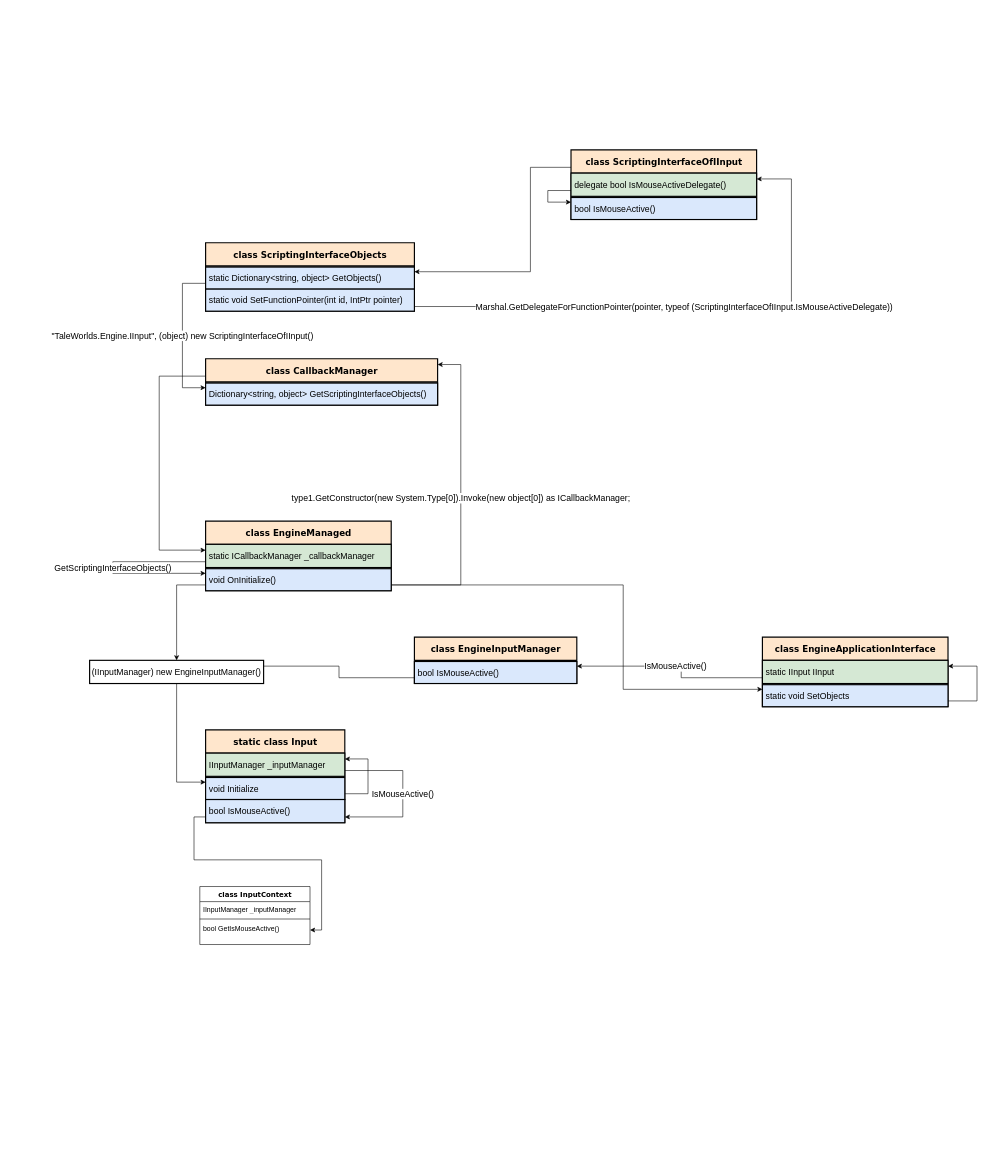
This is Bannerlord DLL Diagram.drawio from KevenTom/MBTestMod, a draw.io file, before an edit. Source tidied: cells renumbered, new cells numbered last; positions are measured from the earlier drawing's top-left corner, leaving out a move shared by most shapes. Both pictures are drawn from the tidied source at 58%, with x=0, y=0 at pixel (89, 150).
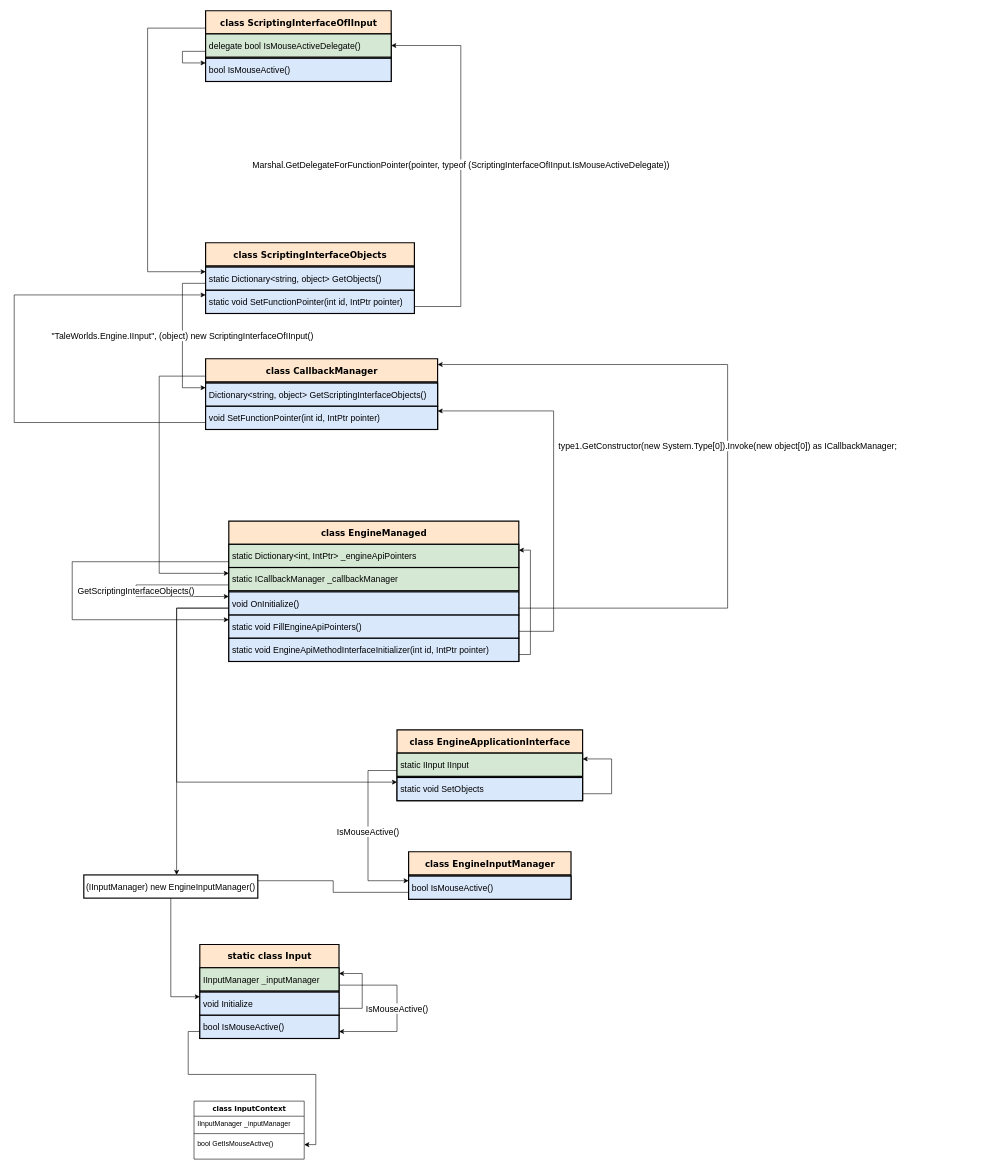
Above is the later version.

Unchanged cells that the change refers to:
```xml
<mxCell id="12" value="bool&amp;nbsp;GetIsMouseActive()" style="text;html=1;strokeColor=none;fillColor=none;align=left;verticalAlign=top;spacingLeft=4;spacingRight=4;whiteSpace=wrap;overflow=hidden;points=[[0,0.5],[1,0.5]];portConstraint=eastwest;" parent="9" vertex="1">
  <mxGeometry y="60" width="190" height="30" as="geometry" />
</mxCell>
<mxCell id="27" value="static IInput IInput" style="text;align=left;verticalAlign=middle;spacingLeft=4;spacingRight=4;whiteSpace=wrap;overflow=hidden;points=[[0,0.5],[1,0.5]];portConstraint=eastwest;horizontal=1;labelBorderColor=none;labelBackgroundColor=none;html=1;shadow=0;glass=0;sketch=0;rounded=0;fillColor=#d5e8d4;fontSize=15;strokeColor=#000000;strokeWidth=2;" parent="26" vertex="1">
  <mxGeometry y="40" width="320" height="40" as="geometry" />
</mxCell>
<mxCell id="46" value="delegate bool IsMouseActiveDelegate()" style="text;align=left;verticalAlign=middle;spacingLeft=4;spacingRight=4;whiteSpace=wrap;overflow=hidden;points=[[0,0.5],[1,0.5]];portConstraint=eastwest;horizontal=1;labelBorderColor=none;labelBackgroundColor=none;html=1;shadow=0;glass=0;sketch=0;rounded=0;fillColor=#d5e8d4;fontSize=15;strokeColor=#000000;strokeWidth=2;" parent="44" vertex="1">
  <mxGeometry y="40" width="320" height="40" as="geometry" />
</mxCell>
```

The edit, as a diff of the source:
```diff
@@
     <mxCell id="2" value="static class Input" style="swimlane;html=1;fontStyle=1;align=center;verticalAlign=middle;horizontal=1;startSize=40;swimlaneFillColor=#ffffff;rounded=0;shadow=0;comic=0;labelBackgroundColor=none;strokeWidth=2;fontFamily=Verdana;fontSize=15;swimlaneLine=1;flipH=1;flipV=0;fillColor=#ffe6cc;" parent="1" vertex="1">
-      <mxGeometry x="200" y="1000" width="240" height="160" as="geometry" />
+      <mxGeometry x="190" y="1370" width="240" height="162" as="geometry" />
     </mxCell>
@@
     <mxCell id="7" value="void Initialize" style="text;html=1;fillColor=#dae8fc;align=left;verticalAlign=middle;spacingLeft=4;spacingRight=4;whiteSpace=wrap;overflow=hidden;points=[[0,0.5],[1,0.5]];portConstraint=eastwest;fontSize=15;strokeColor=#000000;strokeWidth=2;" parent="2" vertex="1">
-      <mxGeometry y="82" width="240" height="38" as="geometry" />
+      <mxGeometry y="82" width="240" height="40" as="geometry" />
     </mxCell>
     <mxCell id="8" value="bool&amp;nbsp;IsMouseActive()" style="text;html=1;fillColor=#dae8fc;align=left;verticalAlign=middle;spacingLeft=4;spacingRight=4;whiteSpace=wrap;overflow=hidden;points=[[0,0.5],[1,0.5]];portConstraint=eastwest;fontSize=15;strokeWidth=2;strokeColor=#000000;" parent="2" vertex="1">
-      <mxGeometry y="120" width="240" height="40" as="geometry" />
+      <mxGeometry y="122" width="240" height="40" as="geometry" />
     </mxCell>
     <mxCell id="9" value="class InputContext" style="swimlane;html=1;fontStyle=1;align=center;verticalAlign=top;horizontal=1;startSize=26;swimlaneFillColor=#ffffff;rounded=0;shadow=0;comic=0;labelBackgroundColor=none;strokeWidth=1;fillColor=none;fontFamily=Verdana;fontSize=12;swimlaneLine=1;" parent="1" vertex="1">
-      <mxGeometry x="190" y="1270" width="190" height="100" as="geometry" />
+      <mxGeometry x="180" y="1640" width="190" height="100" as="geometry" />
     </mxCell>
@@
     <mxCell id="13" style="edgeStyle=orthogonalEdgeStyle;rounded=0;jumpSize=6;jettySize=auto;html=1;fontSize=15;" parent="1" edge="1" source="14" target="7">
       <mxGeometry relative="1" as="geometry">
         <Array as="points">
-          <mxPoint x="150" y="1090" />
+          <mxPoint x="140" y="1460" />
         </Array>
       </mxGeometry>
     </mxCell>
     <mxCell id="14" value="&lt;span style=&quot;font-size: 15px; background-color: rgb(255, 255, 255);&quot;&gt;(IInputManager) new EngineInputManager()&lt;/span&gt;" style="rounded=0;whiteSpace=wrap;html=1;fontSize=15;strokeWidth=2;" parent="1" vertex="1">
-      <mxGeometry y="880" width="300" height="40" as="geometry" />
+      <mxGeometry x="-10" y="1250" width="300" height="40" as="geometry" />
     </mxCell>
     <mxCell id="15" style="edgeStyle=orthogonalEdgeStyle;rounded=0;jumpSize=6;jettySize=auto;html=1;fontSize=15;" parent="1" edge="1" source="8" target="12">
       <mxGeometry relative="1" as="geometry">
         <Array as="points">
-          <mxPoint x="180" y="1150" />
-          <mxPoint x="180" y="1224" />
-          <mxPoint x="400" y="1224" />
-          <mxPoint x="400" y="1345" />
+          <mxPoint x="170" y="1520" />
+          <mxPoint x="170" y="1594" />
+          <mxPoint x="390" y="1594" />
+          <mxPoint x="390" y="1715" />
         </Array>
       </mxGeometry>
     </mxCell>
     <mxCell id="16" value="class EngineManaged" style="swimlane;html=1;fontStyle=1;align=center;verticalAlign=middle;horizontal=1;startSize=40;swimlaneFillColor=#ffffff;rounded=0;shadow=0;comic=0;labelBackgroundColor=none;strokeWidth=2;fontFamily=Verdana;fontSize=15;swimlaneLine=1;flipH=1;flipV=0;fillColor=#ffe6cc;" parent="1" vertex="1">
-      <mxGeometry x="200" y="640" width="320" height="120" as="geometry" />
+      <mxGeometry x="240" y="640" width="500" height="242" as="geometry" />
     </mxCell>
     <mxCell id="17" value="GetScriptingInterfaceObjects()" style="edgeStyle=orthogonalEdgeStyle;rounded=0;jumpSize=6;jettySize=auto;html=1;fontSize=15;endArrow=classic;endFill=1;" parent="16" edge="1" source="18" target="20">
       <mxGeometry relative="1" as="geometry">
         <Array as="points">
-          <mxPoint x="-160" y="70" />
-          <mxPoint x="-160" y="90" />
+          <mxPoint x="-160" y="110" />
+          <mxPoint x="-160" y="130" />
         </Array>
       </mxGeometry>
     </mxCell>
+    <mxCell id="50" style="edgeStyle=orthogonalEdgeStyle;rounded=0;jettySize=auto;html=1;" parent="16" edge="1" source="51" target="52">
+      <mxGeometry relative="1" as="geometry">
+        <Array as="points">
+          <mxPoint x="-270" y="70" />
+          <mxPoint x="-270" y="170" />
+        </Array>
+      </mxGeometry>
+    </mxCell>
+    <mxCell id="51" value="static Dictionary&amp;lt;int, IntPtr&amp;gt; _engineApiPointers" style="text;align=left;verticalAlign=middle;spacingLeft=4;spacingRight=4;whiteSpace=wrap;overflow=hidden;points=[[0,0.5],[1,0.5]];portConstraint=eastwest;horizontal=1;labelBorderColor=none;labelBackgroundColor=none;html=1;shadow=0;glass=0;sketch=0;rounded=0;fillColor=#d5e8d4;fontSize=15;strokeColor=#000000;strokeWidth=2;" parent="16" vertex="1">
+      <mxGeometry y="40" width="500" height="40" as="geometry" />
+    </mxCell>
     <mxCell id="18" value="static ICallbackManager _callbackManager" style="text;align=left;verticalAlign=middle;spacingLeft=4;spacingRight=4;whiteSpace=wrap;overflow=hidden;points=[[0,0.5],[1,0.5]];portConstraint=eastwest;horizontal=1;labelBorderColor=none;labelBackgroundColor=none;html=1;shadow=0;glass=0;sketch=0;rounded=0;fillColor=#d5e8d4;fontSize=15;strokeColor=#000000;strokeWidth=2;" parent="16" vertex="1">
-      <mxGeometry y="40" width="320" height="40" as="geometry" />
+      <mxGeometry y="80" width="500" height="40" as="geometry" />
     </mxCell>
     <mxCell id="19" style="line;html=1;strokeWidth=1;fillColor=none;align=left;verticalAlign=middle;spacingTop=-1;spacingLeft=3;spacingRight=3;labelPosition=right;" parent="16" vertex="1">
-      <mxGeometry y="80" width="320" height="2" as="geometry" />
+      <mxGeometry y="120" width="500" height="2" as="geometry" />
     </mxCell>
     <mxCell id="20" value="void OnInitialize()" style="text;html=1;fillColor=#dae8fc;align=left;verticalAlign=middle;spacingLeft=4;spacingRight=4;whiteSpace=wrap;overflow=hidden;points=[[0,0.5],[1,0.5]];portConstraint=eastwest;fontSize=15;strokeColor=#000000;strokeWidth=2;" parent="16" vertex="1">
-      <mxGeometry y="82" width="320" height="38" as="geometry" />
+      <mxGeometry y="122" width="500" height="40" as="geometry" />
     </mxCell>
+    <mxCell id="52" value="static void FillEngineApiPointers()" style="text;html=1;fillColor=#dae8fc;align=left;verticalAlign=middle;spacingLeft=4;spacingRight=4;whiteSpace=wrap;overflow=hidden;points=[[0,0.5],[1,0.5]];portConstraint=eastwest;fontSize=15;strokeColor=#000000;strokeWidth=2;" parent="16" vertex="1">
+      <mxGeometry y="162" width="500" height="40" as="geometry" />
+    </mxCell>
+    <mxCell id="53" style="edgeStyle=orthogonalEdgeStyle;rounded=0;jettySize=auto;html=1;" parent="16" edge="1" source="54" target="51">
+      <mxGeometry relative="1" as="geometry">
+        <Array as="points">
+          <mxPoint x="520" y="230" />
+          <mxPoint x="520" y="50" />
+        </Array>
+      </mxGeometry>
+    </mxCell>
+    <mxCell id="54" value="static void EngineApiMethodInterfaceInitializer(int id, IntPtr pointer)" style="text;html=1;fillColor=#dae8fc;align=left;verticalAlign=middle;spacingLeft=4;spacingRight=4;whiteSpace=wrap;overflow=hidden;points=[[0,0.5],[1,0.5]];portConstraint=eastwest;fontSize=15;strokeColor=#000000;strokeWidth=2;" parent="16" vertex="1">
+      <mxGeometry y="202" width="500" height="40" as="geometry" />
+    </mxCell>
     <mxCell id="21" style="edgeStyle=orthogonalEdgeStyle;rounded=0;jumpSize=6;jettySize=auto;html=1;fontSize=15;" parent="1" edge="1" source="20" target="14">
       <mxGeometry relative="1" as="geometry">
         <Array as="points">
-          <mxPoint x="150" y="750" />
+          <mxPoint x="150" y="790" />
         </Array>
       </mxGeometry>
     </mxCell>
     <mxCell id="22" value="class EngineInputManager" style="swimlane;html=1;fontStyle=1;align=center;verticalAlign=middle;horizontal=1;startSize=40;swimlaneFillColor=#ffffff;rounded=0;shadow=0;comic=0;labelBackgroundColor=none;strokeWidth=2;fontFamily=Verdana;fontSize=15;swimlaneLine=1;flipH=1;flipV=0;fillColor=#ffe6cc;" parent="1" vertex="1">
-      <mxGeometry x="560" y="840" width="280" height="80" as="geometry" />
+      <mxGeometry x="550" y="1210" width="280" height="82" as="geometry" />
     </mxCell>
@@
     <mxCell id="24" value="bool IsMouseActive()" style="text;html=1;fillColor=#dae8fc;align=left;verticalAlign=middle;spacingLeft=4;spacingRight=4;whiteSpace=wrap;overflow=hidden;points=[[0,0.5],[1,0.5]];portConstraint=eastwest;fontSize=15;strokeColor=#000000;strokeWidth=2;" parent="22" vertex="1">
-      <mxGeometry y="42" width="280" height="38" as="geometry" />
+      <mxGeometry y="42" width="280" height="40" as="geometry" />
     </mxCell>
     <mxCell id="25" style="edgeStyle=orthogonalEdgeStyle;rounded=0;jumpSize=6;jettySize=auto;html=1;fontSize=15;endArrow=none;endFill=0;" parent="1" edge="1" source="24" target="14">
       <mxGeometry relative="1" as="geometry">
         <Array as="points">
-          <mxPoint x="430" y="910" />
-          <mxPoint x="430" y="890" />
+          <mxPoint x="420" y="1280" />
+          <mxPoint x="420" y="1260" />
         </Array>
       </mxGeometry>
     </mxCell>
     <mxCell id="26" value="class EngineApplicationInterface" style="swimlane;html=1;fontStyle=1;align=center;verticalAlign=middle;horizontal=1;startSize=40;swimlaneFillColor=#ffffff;rounded=0;shadow=0;comic=0;labelBackgroundColor=none;strokeWidth=2;fontFamily=Verdana;fontSize=15;swimlaneLine=1;flipH=1;flipV=0;fillColor=#ffe6cc;" parent="1" vertex="1">
-      <mxGeometry x="1160" y="840" width="320" height="120" as="geometry" />
+      <mxGeometry x="530" y="1000" width="320" height="122" as="geometry" />
     </mxCell>
@@
     <mxCell id="30" value="static void SetObjects" style="text;html=1;fillColor=#dae8fc;align=left;verticalAlign=middle;spacingLeft=4;spacingRight=4;whiteSpace=wrap;overflow=hidden;points=[[0,0.5],[1,0.5]];portConstraint=eastwest;fontSize=15;strokeColor=#000000;strokeWidth=2;" parent="26" vertex="1">
-      <mxGeometry y="82" width="320" height="38" as="geometry" />
+      <mxGeometry y="82" width="320" height="40" as="geometry" />
     </mxCell>
     <mxCell id="31" value="IsMouseActive()" style="edgeStyle=orthogonalEdgeStyle;rounded=0;jumpSize=6;jettySize=auto;html=1;fontSize=15;endArrow=classic;endFill=1;" parent="1" edge="1" source="27" target="24">
       <mxGeometry relative="1" as="geometry">
         <Array as="points">
-          <mxPoint x="1020" y="910" />
-          <mxPoint x="1020" y="890" />
+          <mxPoint x="480" y="1070" />
+          <mxPoint x="480" y="1260" />
         </Array>
       </mxGeometry>
     </mxCell>
     <mxCell id="32" style="edgeStyle=orthogonalEdgeStyle;rounded=0;jumpSize=6;jettySize=auto;html=1;fontSize=15;endArrow=classic;endFill=1;" parent="1" edge="1" source="20" target="30">
       <mxGeometry relative="1" as="geometry">
         <Array as="points">
-          <mxPoint x="920" y="750" />
-          <mxPoint x="920" y="930" />
+          <mxPoint x="150" y="790" />
+          <mxPoint x="150" y="1090" />
         </Array>
       </mxGeometry>
     </mxCell>
     <mxCell id="33" style="edgeStyle=orthogonalEdgeStyle;rounded=0;jumpSize=6;jettySize=auto;html=1;fontSize=15;endArrow=classic;endFill=1;" parent="1" edge="1" source="34" target="18">
       <mxGeometry relative="1" as="geometry">
         <Array as="points">
           <mxPoint x="120" y="390" />
-          <mxPoint x="120" y="690" />
+          <mxPoint x="120" y="730" />
         </Array>
       </mxGeometry>
     </mxCell>
     <mxCell id="34" value="class CallbackManager" style="swimlane;html=1;fontStyle=1;align=center;verticalAlign=middle;horizontal=1;startSize=40;swimlaneFillColor=#ffffff;rounded=0;shadow=0;comic=0;labelBackgroundColor=none;strokeWidth=2;fontFamily=Verdana;fontSize=15;swimlaneLine=1;flipH=1;flipV=0;fillColor=#ffe6cc;" parent="1" vertex="1">
-      <mxGeometry x="200" y="360" width="400" height="80" as="geometry" />
+      <mxGeometry x="200" y="360" width="400" height="122" as="geometry" />
     </mxCell>
@@
     <mxCell id="36" value="Dictionary&amp;lt;string, object&amp;gt; GetScriptingInterfaceObjects()" style="text;html=1;fillColor=#dae8fc;align=left;verticalAlign=middle;spacingLeft=4;spacingRight=4;whiteSpace=wrap;overflow=hidden;points=[[0,0.5],[1,0.5]];portConstraint=eastwest;fontSize=15;strokeColor=#000000;strokeWidth=2;" parent="34" vertex="1">
-      <mxGeometry y="42" width="400" height="38" as="geometry" />
+      <mxGeometry y="42" width="400" height="40" as="geometry" />
     </mxCell>
+    <mxCell id="55" value="void SetFunctionPointer(int id, IntPtr pointer)" style="text;html=1;fillColor=#dae8fc;align=left;verticalAlign=middle;spacingLeft=4;spacingRight=4;whiteSpace=wrap;overflow=hidden;points=[[0,0.5],[1,0.5]];portConstraint=eastwest;fontSize=15;strokeColor=#000000;strokeWidth=2;" parent="34" vertex="1">
+      <mxGeometry y="82" width="400" height="40" as="geometry" />
+    </mxCell>
     <mxCell id="37" value="type1.GetConstructor(new System.Type[0]).Invoke(new object[0]) as ICallbackManager;" style="edgeStyle=orthogonalEdgeStyle;rounded=0;jumpSize=6;jettySize=auto;html=1;fontSize=15;endArrow=classic;endFill=1;" parent="1" edge="1" source="20" target="34">
       <mxGeometry relative="1" as="geometry">
         <Array as="points">
-          <mxPoint x="640" y="750" />
-          <mxPoint x="640" y="370" />
+          <mxPoint x="1100" y="790" />
+          <mxPoint x="1100" y="370" />
         </Array>
       </mxGeometry>
     </mxCell>
     <mxCell id="38" value="class ScriptingInterfaceObjects" style="swimlane;html=1;fontStyle=1;align=center;verticalAlign=middle;horizontal=1;startSize=40;swimlaneFillColor=#ffffff;rounded=0;shadow=0;comic=0;labelBackgroundColor=none;strokeWidth=2;fontFamily=Verdana;fontSize=15;swimlaneLine=1;flipH=1;flipV=0;fillColor=#ffe6cc;" parent="1" vertex="1">
-      <mxGeometry x="200" y="160" width="360" height="118" as="geometry" />
+      <mxGeometry x="200" y="160" width="360" height="122" as="geometry" />
     </mxCell>
@@
     <mxCell id="40" value="static Dictionary&amp;lt;string, object&amp;gt; GetObjects()" style="text;html=1;fillColor=#dae8fc;align=left;verticalAlign=middle;spacingLeft=4;spacingRight=4;whiteSpace=wrap;overflow=hidden;points=[[0,0.5],[1,0.5]];portConstraint=eastwest;fontSize=15;strokeColor=#000000;strokeWidth=2;" parent="38" vertex="1">
-      <mxGeometry y="42" width="360" height="38" as="geometry" />
+      <mxGeometry y="42" width="360" height="40" as="geometry" />
     </mxCell>
     <mxCell id="41" value="static void SetFunctionPointer(int id, IntPtr pointer)" style="text;html=1;fillColor=#dae8fc;align=left;verticalAlign=middle;spacingLeft=4;spacingRight=4;whiteSpace=wrap;overflow=hidden;points=[[0,0.5],[1,0.5]];portConstraint=eastwest;fontSize=15;strokeColor=#000000;strokeWidth=2;" parent="38" vertex="1">
-      <mxGeometry y="80" width="360" height="38" as="geometry" />
+      <mxGeometry y="82" width="360" height="40" as="geometry" />
     </mxCell>
@@
     <mxCell id="43" style="edgeStyle=orthogonalEdgeStyle;rounded=0;jumpSize=6;jettySize=auto;html=1;fontSize=15;endArrow=classic;endFill=1;" parent="1" edge="1" source="44" target="40">
       <mxGeometry relative="1" as="geometry">
         <Array as="points">
-          <mxPoint x="760" y="30" />
-          <mxPoint x="760" y="210" />
+          <mxPoint x="100" y="-210" />
+          <mxPoint x="100" y="210" />
         </Array>
       </mxGeometry>
     </mxCell>
     <mxCell id="44" value="class ScriptingInterfaceOfIInput" style="swimlane;html=1;fontStyle=1;align=center;verticalAlign=middle;horizontal=1;startSize=40;swimlaneFillColor=#ffffff;rounded=0;shadow=0;comic=0;labelBackgroundColor=none;strokeWidth=2;fontFamily=Verdana;fontSize=15;swimlaneLine=1;flipH=1;flipV=0;fillColor=#ffe6cc;" parent="1" vertex="1">
-      <mxGeometry x="830" width="320" height="120" as="geometry" />
+      <mxGeometry x="200" y="-240" width="320" height="122" as="geometry" />
     </mxCell>
@@
     <mxCell id="48" value="bool IsMouseActive()" style="text;html=1;fillColor=#dae8fc;align=left;verticalAlign=middle;spacingLeft=4;spacingRight=4;whiteSpace=wrap;overflow=hidden;points=[[0,0.5],[1,0.5]];portConstraint=eastwest;fontSize=15;strokeColor=#000000;strokeWidth=2;" parent="44" vertex="1">
-      <mxGeometry y="82" width="320" height="38" as="geometry" />
+      <mxGeometry y="82" width="320" height="40" as="geometry" />
     </mxCell>
     <mxCell id="49" value="Marshal.GetDelegateForFunctionPointer(pointer, typeof (ScriptingInterfaceOfIInput.IsMouseActiveDelegate))" style="edgeStyle=orthogonalEdgeStyle;rounded=0;jumpSize=6;jettySize=auto;html=1;fontSize=15;endArrow=classic;endFill=1;" parent="1" edge="1" source="41" target="46">
       <mxGeometry relative="1" as="geometry">
         <Array as="points">
-          <mxPoint x="1210" y="270" />
-          <mxPoint x="1210" y="50" />
+          <mxPoint x="640" y="270" />
+          <mxPoint x="640" y="-180" />
         </Array>
       </mxGeometry>
     </mxCell>
+    <mxCell id="56" style="edgeStyle=orthogonalEdgeStyle;rounded=0;jettySize=auto;html=1;" parent="1" edge="1" source="55" target="41">
+      <mxGeometry relative="1" as="geometry">
+        <Array as="points">
+          <mxPoint x="-130" y="470" />
+          <mxPoint x="-130" y="250" />
+        </Array>
+      </mxGeometry>
+    </mxCell>
+    <mxCell id="57" style="edgeStyle=orthogonalEdgeStyle;rounded=0;jettySize=auto;html=1;" parent="1" edge="1" source="52" target="55">
+      <mxGeometry relative="1" as="geometry">
+        <Array as="points">
+          <mxPoint x="800" y="830" />
+          <mxPoint x="800" y="450" />
+        </Array>
+      </mxGeometry>
+    </mxCell>
```
